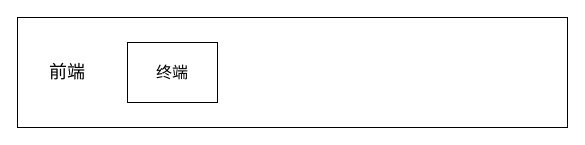
Above: 导出服务数据流程图.drawio in 15083787153/go-gRPC (draw.io), before the change. Source tidied: cells renumbered, new cells numbered last; positions are measured from the earlier drawing's top-left corner, leaving out a move shared by most shapes. Both pictures are drawn from the tidied source at 100%, with x=0, y=0 at pixel (17, 17).
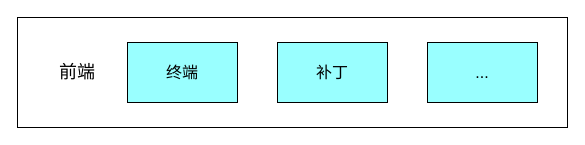
The same diagram, later.

Commit message (it also covers changes not shown here):
更新导出服务数据流程图.drawio

The edit, as a diff of the source:
```diff
@@
 <mxGraphModel>
   <root>
     <mxCell id="0" />
     <mxCell id="1" parent="0" />
     <mxCell id="2" style="rounded=0;whiteSpace=wrap;html=1;" parent="1" vertex="1">
       <mxGeometry width="550" height="110" as="geometry" />
     </mxCell>
     <mxCell id="3" value="&lt;font style=&quot;font-size: 18px;&quot;&gt;前端&lt;/font&gt;" style="text;html=1;strokeColor=none;fillColor=none;align=center;verticalAlign=middle;whiteSpace=wrap;rounded=0;" parent="1" vertex="1">
-      <mxGeometry x="20" y="40" width="60" height="30" as="geometry" />
+      <mxGeometry x="30" y="40" width="60" height="30" as="geometry" />
     </mxCell>
-    <mxCell id="4" value="&lt;font size=&quot;3&quot;&gt;终端&lt;/font&gt;" style="rounded=0;whiteSpace=wrap;html=1;" parent="1" vertex="1">
-      <mxGeometry x="110" y="25" width="90" height="60" as="geometry" />
+    <mxCell id="4" value="&lt;font size=&quot;3&quot;&gt;终端&lt;/font&gt;" style="rounded=0;whiteSpace=wrap;html=1;fillColor=#99FFFF;" parent="1" vertex="1">
+      <mxGeometry x="110" y="25" width="110" height="60" as="geometry" />
     </mxCell>
+    <mxCell id="5" value="&lt;font size=&quot;3&quot;&gt;补丁&lt;/font&gt;" style="rounded=0;whiteSpace=wrap;html=1;fillColor=#99FFFF;" parent="1" vertex="1">
+      <mxGeometry x="260" y="25" width="110" height="60" as="geometry" />
+    </mxCell>
+    <mxCell id="6" value="&lt;font size=&quot;3&quot;&gt;...&lt;/font&gt;" style="rounded=0;whiteSpace=wrap;html=1;fillColor=#99FFFF;" parent="1" vertex="1">
+      <mxGeometry x="410" y="25" width="110" height="60" as="geometry" />
+    </mxCell>
   </root>
 </mxGraphModel>
```
